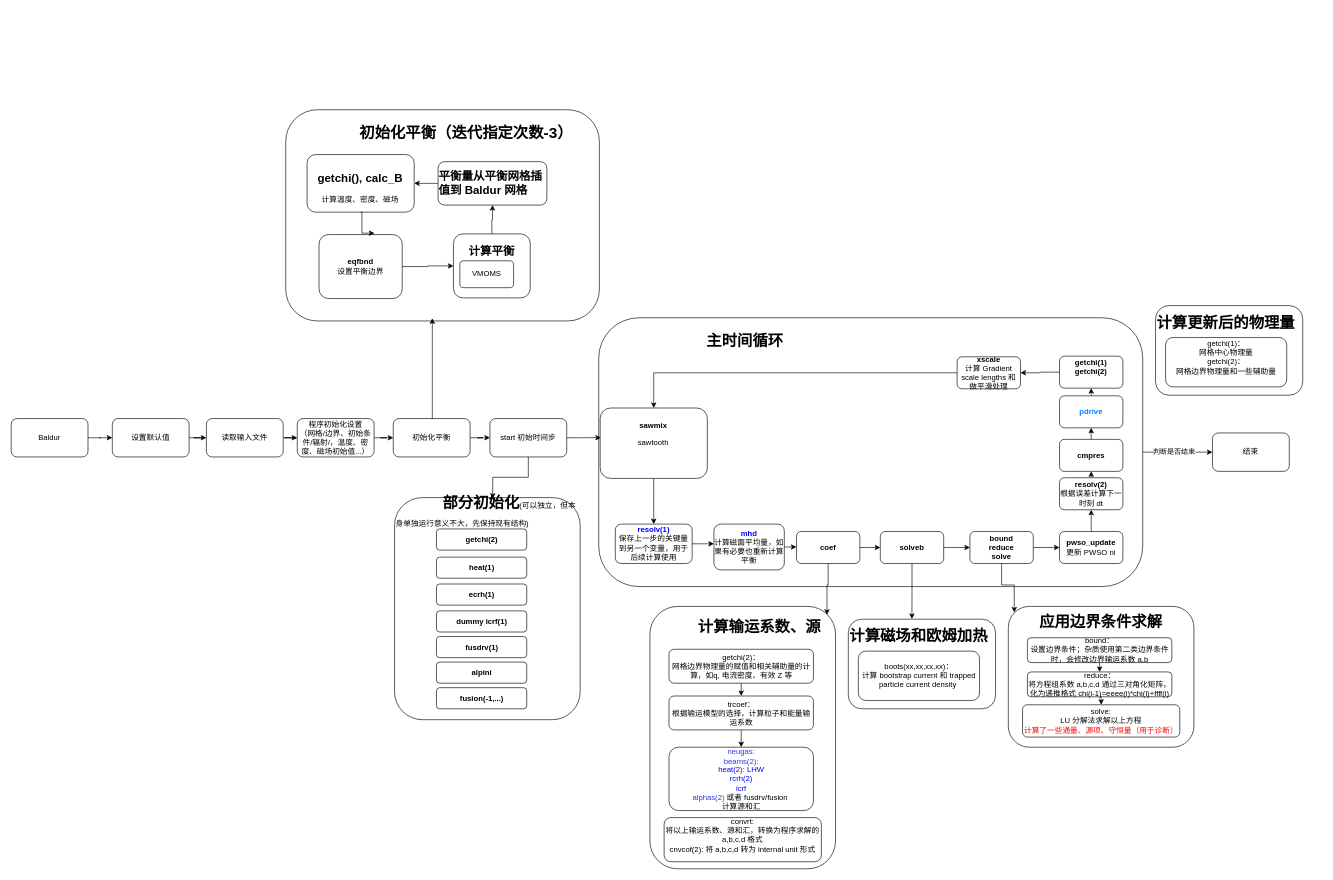
Before: page "061525" (8 of 8) of Baldur.drawio in jiaxing-liu/flowchart, a draw.io diagram. Source tidied: cells renumbered, new cells numbered last; positions are measured from the earlier drawing's top-left corner, leaving out a move shared by most shapes. Both pictures are drawn from the tidied source at 64%, with x=0, y=0 at pixel (11, 11).
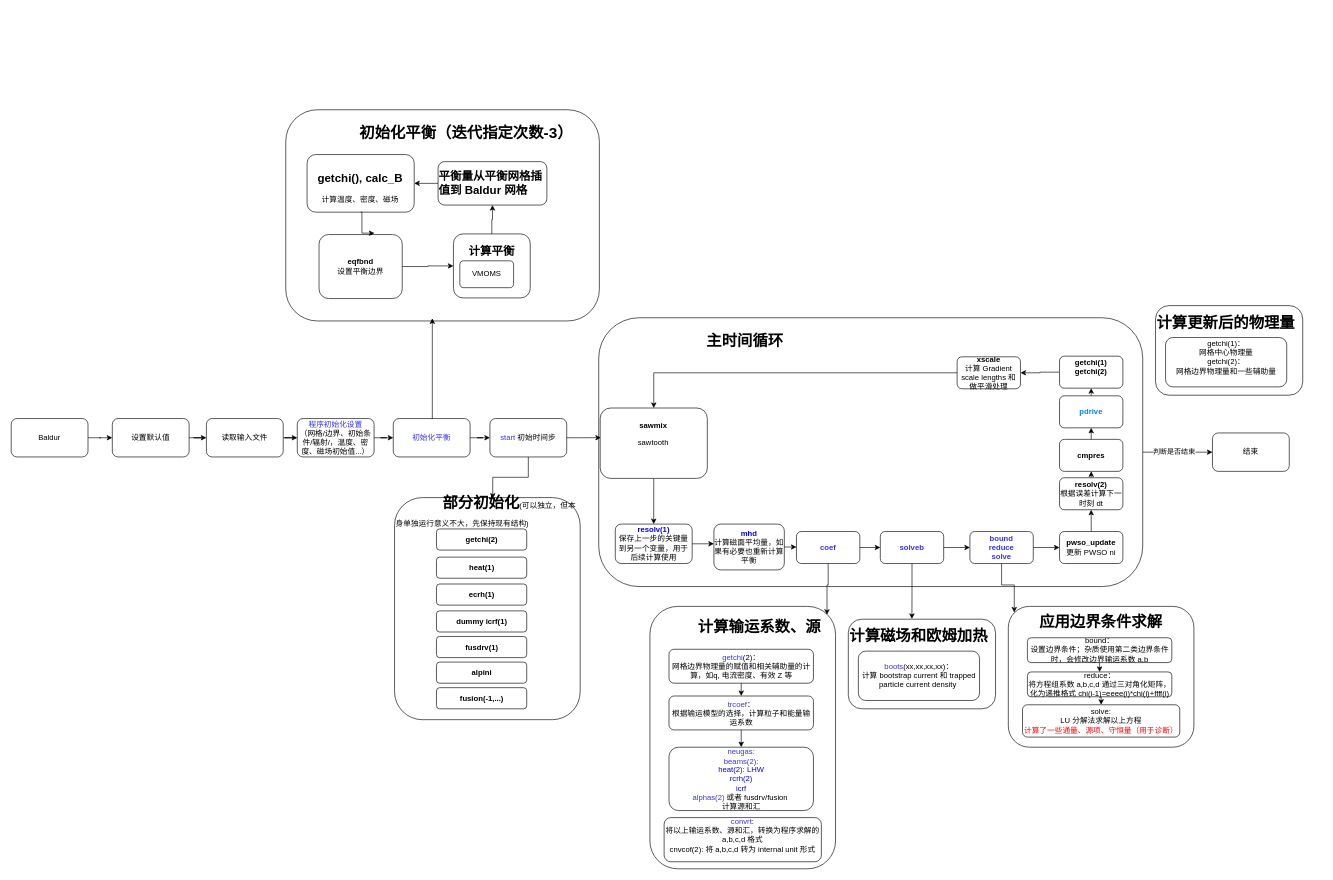
The same diagram, later.

The change refers to these unchanged cells:
```xml
<mxCell id="59" style="group;" parent="58" vertex="1">
  <mxGeometry width="99" height="50" as="geometry" />
</mxCell>
<mxCell id="76" style="group;" parent="75" vertex="1">
  <mxGeometry width="99" height="50" as="geometry" />
</mxCell>
<mxCell id="86" style="group;" parent="85" vertex="1">
  <mxGeometry width="99" height="50" as="geometry" />
</mxCell>
<mxCell id="97" style="group;" parent="1" vertex="1">
  <mxGeometry x="998" y="930" width="290" height="410" as="geometry" />
</mxCell>
<mxCell id="100" style="group;" parent="99" vertex="1">
  <mxGeometry x="-34.4" width="183.4" height="53" as="geometry" />
</mxCell>
<mxCell id="111" style="group;" parent="110" vertex="1">
  <mxGeometry x="-28.8" width="153.8" height="77.1" as="geometry" />
</mxCell>
```

Change to the diagram source:
```diff
@@
-    <mxCell id="12" value="&lt;div&gt;程序初始化设置&lt;/div&gt;&lt;div&gt;（网格/边界、初始条件/辐射/，温度、密度、磁场初始值...）&lt;/div&gt;" style="rounded=1;whiteSpace=wrap;html=1;" parent="1" vertex="1">
+    <mxCell id="12" value="&lt;div&gt;&lt;span style=&quot;color: rgb(51, 51, 255);&quot;&gt;程序初始化设置&lt;/span&gt;&lt;/div&gt;&lt;div&gt;（网格/边界、初始条件/辐射/，温度、密度、磁场初始值...）&lt;/div&gt;" style="rounded=1;whiteSpace=wrap;html=1;" parent="1" vertex="1">
       <mxGeometry x="447" y="636.5" width="120" height="60" as="geometry" />
     </mxCell>
@@
-    <mxCell id="14" value="初始化平衡" style="rounded=1;whiteSpace=wrap;html=1;" parent="1" vertex="1">
+    <mxCell id="14" value="&lt;span style=&quot;color: rgb(51, 51, 255);&quot;&gt;初始化平衡&lt;/span&gt;" style="rounded=1;whiteSpace=wrap;html=1;" parent="1" vertex="1">
       <mxGeometry x="597" y="636.5" width="120" height="60" as="geometry" />
     </mxCell>
@@
-    <mxCell id="28" value="start 初始时间步" style="rounded=1;whiteSpace=wrap;html=1;" parent="1" vertex="1">
+    <mxCell id="28" value="&lt;span style=&quot;color: rgb(51, 51, 255);&quot;&gt;start &lt;/span&gt;初始时间步" style="rounded=1;whiteSpace=wrap;html=1;" parent="1" vertex="1">
       <mxGeometry x="748" y="636.5" width="120" height="60" as="geometry" />
     </mxCell>
@@
-    <mxCell id="60" value="&lt;div&gt;&lt;b&gt;coef&lt;/b&gt;&lt;/div&gt;" style="rounded=1;whiteSpace=wrap;html=1;" parent="59" vertex="1">
+    <mxCell id="60" value="&lt;div&gt;&lt;b style=&quot;color: rgb(51, 51, 255);&quot;&gt;coef&lt;/b&gt;&lt;/div&gt;" style="rounded=1;whiteSpace=wrap;html=1;" parent="59" vertex="1">
       <mxGeometry width="99" height="50" as="geometry" />
     </mxCell>
@@
-    <mxCell id="77" value="&lt;div&gt;&lt;b&gt;bound&lt;/b&gt;&lt;/div&gt;&lt;div&gt;&lt;b&gt;reduce&lt;/b&gt;&lt;/div&gt;&lt;div&gt;&lt;b&gt;solve&lt;/b&gt;&lt;/div&gt;" style="rounded=1;whiteSpace=wrap;html=1;" parent="76" vertex="1">
+    <mxCell id="77" value="&lt;div&gt;&lt;b&gt;&lt;span style=&quot;color: rgb(51, 51, 255);&quot;&gt;bound&lt;/span&gt;&lt;/b&gt;&lt;/div&gt;&lt;div&gt;&lt;b&gt;&lt;span style=&quot;color: rgb(51, 51, 255);&quot;&gt;reduce&lt;/span&gt;&lt;/b&gt;&lt;/div&gt;&lt;div&gt;&lt;b&gt;&lt;span style=&quot;color: rgb(51, 51, 255);&quot;&gt;solve&lt;/span&gt;&lt;/b&gt;&lt;/div&gt;" style="rounded=1;whiteSpace=wrap;html=1;" parent="76" vertex="1">
       <mxGeometry width="99" height="50" as="geometry" />
     </mxCell>
@@
-    <mxCell id="87" value="&lt;div&gt;&lt;b&gt;solveb&lt;/b&gt;&lt;/div&gt;" style="rounded=1;whiteSpace=wrap;html=1;" parent="86" vertex="1">
+    <mxCell id="87" value="&lt;div&gt;&lt;b style=&quot;color: rgb(51, 51, 255);&quot;&gt;solveb&lt;/b&gt;&lt;/div&gt;" style="rounded=1;whiteSpace=wrap;html=1;" parent="86" vertex="1">
       <mxGeometry width="99" height="50" as="geometry" />
     </mxCell>
@@
-    <mxCell id="101" value="&lt;div&gt;getchi(2)：&lt;/div&gt;&lt;div&gt;网格边界物理量的赋值和相关辅助量的计算，如q, 电流密度、有效 Z 等&lt;/div&gt;" style="rounded=1;whiteSpace=wrap;html=1;" parent="100" vertex="1">
+    <mxCell id="101" value="&lt;div&gt;&lt;span style=&quot;color: rgb(51, 51, 255);&quot;&gt;getchi&lt;/span&gt;(2)：&lt;/div&gt;&lt;div&gt;网格边界物理量的赋值和相关辅助量的计算，如q, 电流密度、有效 Z 等&lt;/div&gt;" style="rounded=1;whiteSpace=wrap;html=1;" parent="100" vertex="1">
       <mxGeometry x="-42.3" width="225.7" height="53" as="geometry" />
     </mxCell>
@@
-    <mxCell id="103" value="&lt;div&gt;trcoef：&lt;/div&gt;&lt;div&gt;根据输运模型的选择，计算粒子和能量输运系数&lt;/div&gt;" style="rounded=1;whiteSpace=wrap;html=1;" parent="97" vertex="1">
+    <mxCell id="103" value="&lt;div&gt;&lt;span style=&quot;color: rgb(51, 51, 255);&quot;&gt;trcoef&lt;/span&gt;：&lt;/div&gt;&lt;div&gt;根据输运模型的选择，计算粒子和能量输运系数&lt;/div&gt;" style="rounded=1;whiteSpace=wrap;html=1;" parent="97" vertex="1">
       <mxGeometry x="29.8" y="140" width="225.7" height="53" as="geometry" />
     </mxCell>
@@
-    <mxCell id="106" value="&lt;div&gt;convrt:&lt;/div&gt;&lt;div&gt;将以上输运系数、源和汇，转换为程序求解的 a,b,c,d 格式&lt;/div&gt;&lt;div&gt;&lt;div&gt;cnvcof(2): 将 a,b,c,d 转为 internal unit 形式&lt;/div&gt;&lt;br&gt;&lt;/div&gt;" style="rounded=1;whiteSpace=wrap;html=1;" parent="97" vertex="1">
+    <mxCell id="106" value="&lt;div&gt;&lt;span style=&quot;color: rgb(51, 51, 255);&quot;&gt;convrt&lt;/span&gt;:&lt;/div&gt;&lt;div&gt;将以上输运系数、源和汇，转换为程序求解的 a,b,c,d 格式&lt;/div&gt;&lt;div&gt;&lt;div&gt;cnvcof(2): 将 a,b,c,d 转为 internal unit 形式&lt;/div&gt;&lt;br&gt;&lt;/div&gt;" style="rounded=1;whiteSpace=wrap;html=1;" parent="97" vertex="1">
       <mxGeometry x="22.2" y="330" width="245.7" height="69" as="geometry" />
     </mxCell>
@@
-    <mxCell id="112" value="&lt;div&gt;boots(xx,xx,xx,xx)：&lt;/div&gt;&lt;div&gt;计算 bootstrap current 和 trapped particle current density&amp;nbsp;&lt;/div&gt;" style="rounded=1;whiteSpace=wrap;html=1;" parent="111" vertex="1">
+    <mxCell id="112" value="&lt;div&gt;&lt;span style=&quot;color: rgb(51, 51, 255);&quot;&gt;boots&lt;/span&gt;(xx,xx,xx,xx)：&lt;/div&gt;&lt;div&gt;计算 bootstrap current 和 trapped particle current density&amp;nbsp;&lt;/div&gt;" style="rounded=1;whiteSpace=wrap;html=1;" parent="111" vertex="1">
       <mxGeometry x="-35.5" width="189.3" height="77.1" as="geometry" />
     </mxCell>
```
